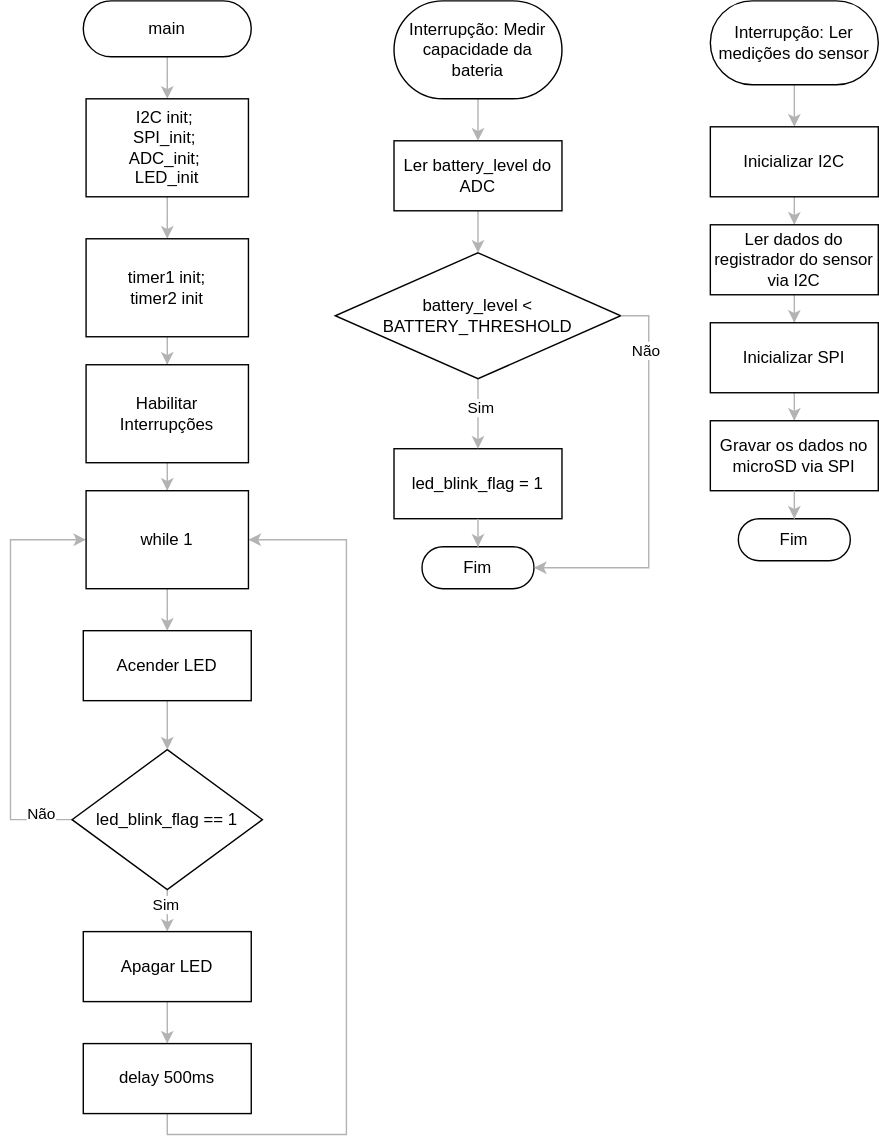
This is projetos/tennistracker/images/fluxchart_int.svg from teaching-FEEC/ea075-2024.1, a draw.io export, as it was before one commit. Source tidied: cells renumbered, new cells last; positions are measured from the earlier drawing's top-left corner, leaving out a move shared by most shapes.
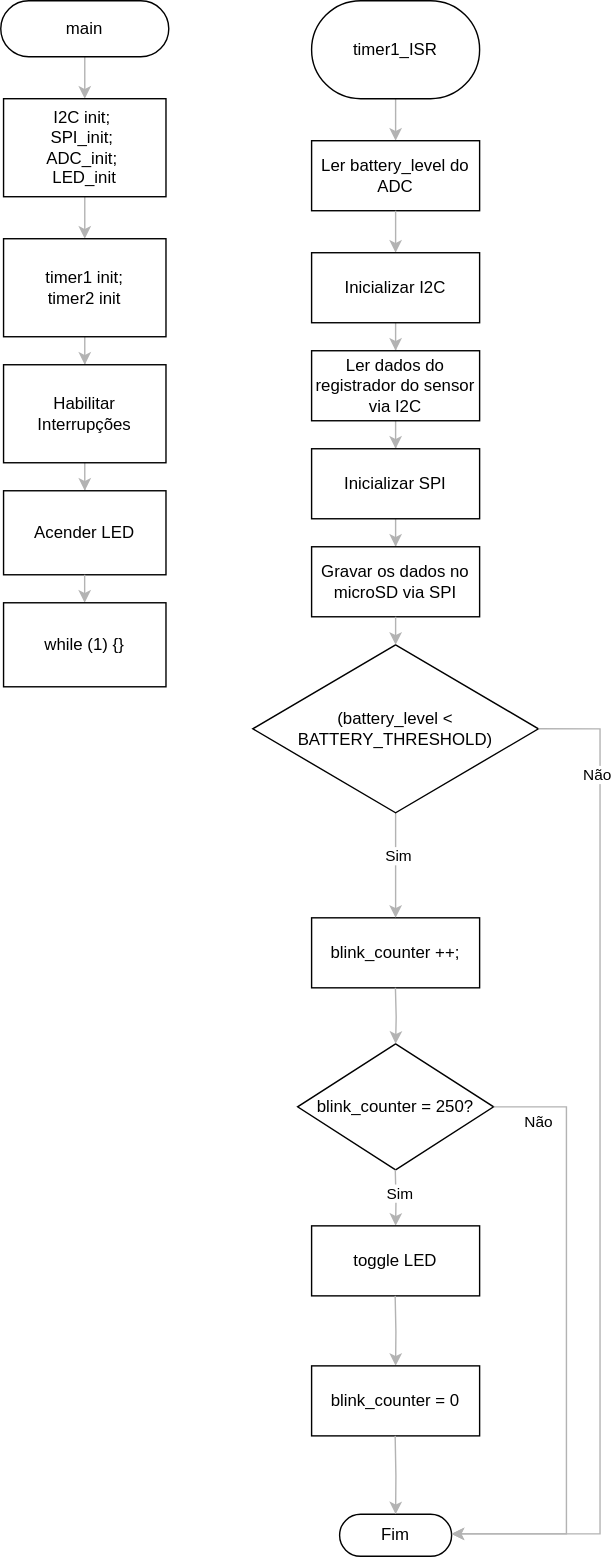
The same diagram one commit later.

What changed in the source:
```diff
@@ -5,101 +5,24 @@
     <mxCell id="2" style="edgeStyle=orthogonalEdgeStyle;rounded=0;jettySize=auto;html=1;entryX=0.5;entryY=0;entryDx=0;entryDy=0;strokeColor=#B3B3B3;" parent="1" edge="1" source="3" target="5">
       <mxGeometry relative="1" as="geometry" />
     </mxCell>
-    <mxCell id="3" value="Interrupção: Medir capacidade da bateria" style="html=1;dashed=0;whiteSpace=wrap;shape=mxgraph.dfd.start;" parent="1" vertex="1">
+    <mxCell id="3" value="timer1_ISR" style="html=1;dashed=0;whiteSpace=wrap;shape=mxgraph.dfd.start;" parent="1" vertex="1">
       <mxGeometry x="274" width="120" height="70" as="geometry" />
     </mxCell>
-    <mxCell id="4" style="edgeStyle=orthogonalEdgeStyle;rounded=0;jettySize=auto;html=1;entryX=0.5;entryY=0;entryDx=0;entryDy=0;strokeColor=#B3B3B3;" parent="1" edge="1" source="5" target="43">
-      <mxGeometry relative="1" as="geometry" />
-    </mxCell>
     <mxCell id="5" value="Ler battery_level do ADC" style="html=1;dashed=0;whiteSpace=wrap;" parent="1" vertex="1">
       <mxGeometry x="274" y="100" width="120" height="50" as="geometry" />
     </mxCell>
-    <mxCell id="6" value="led_blink_flag = 1" style="html=1;dashed=0;whiteSpace=wrap;" parent="1" vertex="1">
-      <mxGeometry x="274" y="320" width="120" height="50" as="geometry" />
+    <mxCell id="6" value="blink_counter ++;" style="html=1;dashed=0;whiteSpace=wrap;" parent="1" vertex="1">
+      <mxGeometry x="274" y="655" width="120" height="50" as="geometry" />
     </mxCell>
     <mxCell id="7" value="Fim" style="html=1;dashed=0;whiteSpace=wrap;shape=mxgraph.dfd.start;" parent="1" vertex="1">
-      <mxGeometry x="294" y="390" width="80" height="30" as="geometry" />
+      <mxGeometry x="294" y="1081" width="80" height="30" as="geometry" />
     </mxCell>
-    <mxCell id="8" style="edgeStyle=orthogonalEdgeStyle;rounded=0;jettySize=auto;html=1;entryX=0.5;entryY=0;entryDx=0;entryDy=0;strokeColor=#B3B3B3;" parent="1" edge="1" source="9" target="11">
-      <mxGeometry relative="1" as="geometry" />
-    </mxCell>
-    <mxCell id="9" value="Interrupção: Ler medições do sensor" style="html=1;dashed=0;whiteSpace=wrap;shape=mxgraph.dfd.start;" parent="1" vertex="1">
-      <mxGeometry x="500" width="120" height="60" as="geometry" />
-    </mxCell>
-    <mxCell id="10" style="edgeStyle=orthogonalEdgeStyle;rounded=0;jettySize=auto;html=1;entryX=0.5;entryY=0;entryDx=0;entryDy=0;strokeColor=#B3B3B3;" parent="1" edge="1" source="11" target="13">
-      <mxGeometry relative="1" as="geometry" />
-    </mxCell>
-    <mxCell id="11" value="Inicializar I2C" style="html=1;dashed=0;whiteSpace=wrap;" parent="1" vertex="1">
-      <mxGeometry x="500" y="90" width="120" height="50" as="geometry" />
-    </mxCell>
-    <mxCell id="12" style="edgeStyle=orthogonalEdgeStyle;rounded=0;jettySize=auto;html=1;entryX=0.5;entryY=0;entryDx=0;entryDy=0;strokeColor=#B3B3B3;" parent="1" edge="1" source="13" target="16">
-      <mxGeometry relative="1" as="geometry" />
-    </mxCell>
-    <mxCell id="13" value="Ler dados do registrador do sensor via I2C" style="html=1;dashed=0;whiteSpace=wrap;" parent="1" vertex="1">
-      <mxGeometry x="500" y="160" width="120" height="50" as="geometry" />
-    </mxCell>
-    <mxCell id="14" value="Fim" style="html=1;dashed=0;whiteSpace=wrap;shape=mxgraph.dfd.start;" parent="1" vertex="1">
-      <mxGeometry x="520" y="370" width="80" height="30" as="geometry" />
-    </mxCell>
-    <mxCell id="15" style="edgeStyle=orthogonalEdgeStyle;rounded=0;jettySize=auto;html=1;entryX=0.5;entryY=0;entryDx=0;entryDy=0;strokeColor=#B3B3B3;" parent="1" edge="1" source="16" target="17">
-      <mxGeometry relative="1" as="geometry" />
-    </mxCell>
-    <mxCell id="16" value="Inicializar SPI" style="html=1;dashed=0;whiteSpace=wrap;" parent="1" vertex="1">
-      <mxGeometry x="500" y="230" width="120" height="50" as="geometry" />
-    </mxCell>
-    <mxCell id="17" value="Gravar os dados no microSD via SPI" style="html=1;dashed=0;whiteSpace=wrap;" parent="1" vertex="1">
-      <mxGeometry x="500" y="300" width="120" height="50" as="geometry" />
-    </mxCell>
     <mxCell id="18" style="edgeStyle=orthogonalEdgeStyle;rounded=0;jettySize=auto;html=1;entryX=0.5;entryY=0;entryDx=0;entryDy=0;strokeColor=#B3B3B3;" parent="1" edge="1" source="19" target="32">
       <mxGeometry relative="1" as="geometry" />
     </mxCell>
     <mxCell id="19" value="main" style="html=1;dashed=0;whiteSpace=wrap;shape=mxgraph.dfd.start;" parent="1" vertex="1">
       <mxGeometry x="52" width="120" height="40" as="geometry" />
     </mxCell>
-    <mxCell id="20" style="edgeStyle=orthogonalEdgeStyle;rounded=0;jettySize=auto;html=1;entryX=0.5;entryY=0;entryDx=0;entryDy=0;strokeColor=#B3B3B3;" parent="1" edge="1" source="24" target="26">
-      <mxGeometry relative="1" as="geometry" />
-    </mxCell>
-    <mxCell id="21" value="Sim" style="edgeLabel;html=1;align=center;verticalAlign=middle;" parent="20" vertex="1">
-      <mxGeometry x="0.24" y="-1" relative="1" as="geometry" />
-    </mxCell>
-    <mxCell id="22" style="edgeStyle=orthogonalEdgeStyle;rounded=0;jettySize=auto;html=1;entryX=0;entryY=0.5;entryDx=0;entryDy=0;strokeColor=#B3B3B3;" parent="1" edge="1" source="24" target="38">
-      <mxGeometry relative="1" as="geometry">
-        <Array as="points">
-          <mxPoint y="585" />
-          <mxPoint y="385" />
-        </Array>
-      </mxGeometry>
-    </mxCell>
-    <mxCell id="23" value="Não" style="edgeLabel;html=1;align=center;verticalAlign=middle;" parent="22" vertex="1">
-      <mxGeometry x="-0.85" y="-4" relative="1" as="geometry" />
-    </mxCell>
-    <mxCell id="24" value="led_blink_flag == 1" style="shape=rhombus;html=1;dashed=0;whiteSpace=wrap;perimeter=rhombusPerimeter;" parent="1" vertex="1">
-      <mxGeometry x="44" y="535" width="136" height="100" as="geometry" />
-    </mxCell>
-    <mxCell id="25" style="edgeStyle=orthogonalEdgeStyle;rounded=0;jettySize=auto;html=1;strokeColor=#B3B3B3;" parent="1" edge="1" source="26" target="28">
-      <mxGeometry relative="1" as="geometry" />
-    </mxCell>
-    <mxCell id="26" value="Apagar LED" style="html=1;dashed=0;whiteSpace=wrap;" parent="1" vertex="1">
-      <mxGeometry x="52" y="665" width="120" height="50" as="geometry" />
-    </mxCell>
-    <mxCell id="27" style="edgeStyle=orthogonalEdgeStyle;rounded=0;jettySize=auto;html=1;entryX=1;entryY=0.5;entryDx=0;entryDy=0;strokeColor=#B3B3B3;" parent="1" edge="1" source="28" target="38">
-      <mxGeometry relative="1" as="geometry">
-        <Array as="points">
-          <mxPoint x="112" y="810" />
-          <mxPoint x="240" y="810" />
-          <mxPoint x="240" y="385" />
-        </Array>
-      </mxGeometry>
-    </mxCell>
-    <mxCell id="28" value="delay 500ms" style="html=1;dashed=0;whiteSpace=wrap;" parent="1" vertex="1">
-      <mxGeometry x="52" y="745" width="120" height="50" as="geometry" />
-    </mxCell>
-    <mxCell id="29" style="edgeStyle=orthogonalEdgeStyle;rounded=0;jettySize=auto;html=1;entryX=0.5;entryY=0.5;entryDx=0;entryDy=-15;entryPerimeter=0;strokeColor=#B3B3B3;" parent="1" edge="1" source="6" target="7">
-      <mxGeometry relative="1" as="geometry" />
-    </mxCell>
-    <mxCell id="30" style="edgeStyle=orthogonalEdgeStyle;rounded=0;jettySize=auto;html=1;entryX=0.5;entryY=0.5;entryDx=0;entryDy=-15;entryPerimeter=0;strokeColor=#B3B3B3;" parent="1" edge="1" source="17" target="14">
-      <mxGeometry relative="1" as="geometry" />
-    </mxCell>
     <mxCell id="31" style="edgeStyle=orthogonalEdgeStyle;rounded=0;jettySize=auto;html=1;entryX=0.5;entryY=0;entryDx=0;entryDy=0;strokeColor=#B3B3B3;" parent="1" edge="1" source="32" target="34">
       <mxGeometry relative="1" as="geometry" />
     </mxCell>
@@ -118,37 +41,123 @@
     <mxCell id="36" value="Habilitar Interrupções" style="html=1;dashed=0;whiteSpace=wrap;" parent="1" vertex="1">
       <mxGeometry x="54" y="260" width="116" height="70" as="geometry" />
     </mxCell>
-    <mxCell id="37" style="edgeStyle=orthogonalEdgeStyle;rounded=0;jettySize=auto;html=1;entryX=0.5;entryY=0;entryDx=0;entryDy=0;strokeColor=#B3B3B3;" parent="1" edge="1" source="38" target="40">
-      <mxGeometry relative="1" as="geometry" />
-    </mxCell>
-    <mxCell id="38" value="while 1" style="html=1;dashed=0;whiteSpace=wrap;" parent="1" vertex="1">
-      <mxGeometry x="54" y="350" width="116" height="70" as="geometry" />
+    <mxCell id="38" value="Acender LED" style="html=1;dashed=0;whiteSpace=wrap;" parent="1" vertex="1">
+      <mxGeometry x="54" y="350" width="116" height="60" as="geometry" />
     </mxCell>
-    <mxCell id="39" style="edgeStyle=orthogonalEdgeStyle;rounded=0;jettySize=auto;html=1;entryX=0.5;entryY=0;entryDx=0;entryDy=0;strokeColor=#B3B3B3;" parent="1" edge="1" source="40" target="24">
-      <mxGeometry relative="1" as="geometry" />
-    </mxCell>
-    <mxCell id="40" value="Acender LED" style="html=1;dashed=0;whiteSpace=wrap;" parent="1" vertex="1">
-      <mxGeometry x="52" y="450" width="120" height="50" as="geometry" />
-    </mxCell>
-    <mxCell id="41" style="edgeStyle=orthogonalEdgeStyle;rounded=0;jettySize=auto;html=1;entryX=0.5;entryY=0;entryDx=0;entryDy=0;strokeColor=#B3B3B3;" parent="1" edge="1" source="43" target="6">
-      <mxGeometry relative="1" as="geometry" />
+    <mxCell id="41" style="edgeStyle=orthogonalEdgeStyle;rounded=0;jettySize=auto;html=1;strokeColor=#B3B3B3;" parent="1" edge="1" source="43">
+      <mxGeometry relative="1" as="geometry">
+        <mxPoint x="334" y="655" as="targetPoint" />
+      </mxGeometry>
     </mxCell>
     <mxCell id="42" value="Sim" style="edgeLabel;html=1;align=center;verticalAlign=middle;" parent="41" vertex="1">
       <mxGeometry x="-0.18" y="2" relative="1" as="geometry" />
     </mxCell>
-    <mxCell id="43" value="battery_level &amp;lt; BATTERY_THRESHOLD" style="shape=rhombus;html=1;dashed=0;whiteSpace=wrap;perimeter=rhombusPerimeter;" parent="1" vertex="1">
-      <mxGeometry x="232" y="180" width="204" height="90" as="geometry" />
+    <mxCell id="43" value="(battery_level &amp;lt; BATTERY_THRESHOLD)" style="shape=rhombus;html=1;dashed=0;whiteSpace=wrap;perimeter=rhombusPerimeter;" parent="1" vertex="1">
+      <mxGeometry x="232" y="460" width="204" height="120" as="geometry" />
     </mxCell>
-    <mxCell id="44" style="edgeStyle=orthogonalEdgeStyle;rounded=0;jettySize=auto;html=1;entryX=1;entryY=0.5;entryDx=0;entryDy=0;entryPerimeter=0;strokeColor=#B3B3B3;" parent="1" edge="1" source="43" target="7">
+    <mxCell id="44" style="edgeStyle=orthogonalEdgeStyle;rounded=0;jettySize=auto;html=1;entryX=1;entryY=0.5;entryDx=0;entryDy=0;entryPerimeter=0;strokeColor=#B3B3B3;exitX=1;exitY=0.5;exitDx=0;exitDy=0;" parent="1" edge="1" source="43" target="7">
       <mxGeometry relative="1" as="geometry">
         <Array as="points">
-          <mxPoint x="456" y="225" />
-          <mxPoint x="456" y="405" />
+          <mxPoint x="480" y="520" />
+          <mxPoint x="480" y="1095" />
+          <mxPoint x="374" y="1095" />
         </Array>
       </mxGeometry>
     </mxCell>
     <mxCell id="45" value="Não" style="edgeLabel;html=1;align=center;verticalAlign=middle;" parent="44" vertex="1">
-      <mxGeometry x="-0.69" y="-2" relative="1" as="geometry" />
+      <mxGeometry x="-0.69" y="-2" relative="1" as="geometry">
+        <mxPoint y="-36" as="offset" />
+      </mxGeometry>
     </mxCell>
+    <mxCell id="46" value="blink_counter = 250?" style="shape=rhombus;html=1;dashed=0;whiteSpace=wrap;perimeter=rhombusPerimeter;" parent="1" vertex="1">
+      <mxGeometry x="264" y="745" width="140" height="90" as="geometry" />
+    </mxCell>
+    <mxCell id="47" style="edgeStyle=orthogonalEdgeStyle;rounded=0;jettySize=auto;html=1;strokeColor=#B3B3B3;entryX=0.5;entryY=0;entryDx=0;entryDy=0;" parent="1" edge="1" target="48">
+      <mxGeometry relative="1" as="geometry">
+        <mxPoint x="333.8" y="835" as="sourcePoint" />
+      </mxGeometry>
+    </mxCell>
+    <mxCell id="21" value="Sim" style="edgeLabel;html=1;align=center;verticalAlign=middle;" parent="47" vertex="1">
+      <mxGeometry x="-0.18" y="2" relative="1" as="geometry" />
+    </mxCell>
+    <mxCell id="48" value="toggle LED" style="html=1;dashed=0;whiteSpace=wrap;" parent="1" vertex="1">
+      <mxGeometry x="274" y="875" width="120" height="50" as="geometry" />
+    </mxCell>
+    <mxCell id="49" style="edgeStyle=orthogonalEdgeStyle;rounded=0;jettySize=auto;html=1;entryX=1;entryY=0.5;entryDx=0;entryDy=0;entryPerimeter=0;strokeColor=#B3B3B3;exitX=1;exitY=0.5;exitDx=0;exitDy=0;" parent="1" edge="1" source="46" target="7">
+      <mxGeometry relative="1" as="geometry">
+        <Array as="points">
+          <mxPoint x="456" y="790" />
+          <mxPoint x="456" y="1095" />
+          <mxPoint x="374" y="1095" />
+        </Array>
+      </mxGeometry>
+    </mxCell>
+    <mxCell id="23" value="Não" style="edgeLabel;html=1;align=center;verticalAlign=middle;" parent="49" vertex="1">
+      <mxGeometry x="-0.69" y="-2" relative="1" as="geometry">
+        <mxPoint x="-18" y="-6" as="offset" />
+      </mxGeometry>
+    </mxCell>
+    <mxCell id="50" style="edgeStyle=orthogonalEdgeStyle;rounded=0;jettySize=auto;html=1;entryX=0.5;entryY=0;entryDx=0;entryDy=0;strokeColor=#B3B3B3;" parent="1" edge="1" target="46">
+      <mxGeometry relative="1" as="geometry">
+        <mxPoint x="333.9" y="705" as="sourcePoint" />
+      </mxGeometry>
+    </mxCell>
+    <mxCell id="51" style="edgeStyle=orthogonalEdgeStyle;rounded=0;jettySize=auto;html=1;entryX=0.5;entryY=0;entryDx=0;entryDy=0;strokeColor=#B3B3B3;" parent="1" edge="1" target="52">
+      <mxGeometry relative="1" as="geometry">
+        <mxPoint x="333.7" y="925" as="sourcePoint" />
+      </mxGeometry>
+    </mxCell>
+    <mxCell id="52" value="blink_counter = 0" style="html=1;dashed=0;whiteSpace=wrap;" parent="1" vertex="1">
+      <mxGeometry x="274" y="975" width="120" height="50" as="geometry" />
+    </mxCell>
+    <mxCell id="53" style="edgeStyle=orthogonalEdgeStyle;rounded=0;jettySize=auto;html=1;entryX=0.5;entryY=0.5;entryDx=0;entryDy=-15;strokeColor=#B3B3B3;entryPerimeter=0;" parent="1" edge="1" target="7">
+      <mxGeometry relative="1" as="geometry">
+        <mxPoint x="333.7" y="1025" as="sourcePoint" />
+      </mxGeometry>
+    </mxCell>
+    <mxCell id="54" style="edgeStyle=orthogonalEdgeStyle;rounded=0;jettySize=auto;html=1;entryX=0.5;entryY=0;entryDx=0;entryDy=0;strokeColor=#B3B3B3;" parent="1" edge="1" target="11">
+      <mxGeometry relative="1" as="geometry">
+        <mxPoint x="334" y="150" as="sourcePoint" />
+      </mxGeometry>
+    </mxCell>
+    <mxCell id="10" style="edgeStyle=orthogonalEdgeStyle;rounded=0;jettySize=auto;html=1;entryX=0.5;entryY=0;entryDx=0;entryDy=0;strokeColor=#B3B3B3;" parent="1" edge="1" source="11" target="13">
+      <mxGeometry relative="1" as="geometry" />
+    </mxCell>
+    <mxCell id="11" value="Inicializar I2C" style="html=1;dashed=0;whiteSpace=wrap;" parent="1" vertex="1">
+      <mxGeometry x="274" y="180" width="120" height="50" as="geometry" />
+    </mxCell>
+    <mxCell id="12" style="edgeStyle=orthogonalEdgeStyle;rounded=0;jettySize=auto;html=1;entryX=0.5;entryY=0;entryDx=0;entryDy=0;strokeColor=#B3B3B3;" parent="1" edge="1" source="13" target="16">
+      <mxGeometry relative="1" as="geometry" />
+    </mxCell>
+    <mxCell id="13" value="Ler dados do registrador do sensor via I2C" style="html=1;dashed=0;whiteSpace=wrap;" parent="1" vertex="1">
+      <mxGeometry x="274" y="250" width="120" height="50" as="geometry" />
+    </mxCell>
+    <mxCell id="15" style="edgeStyle=orthogonalEdgeStyle;rounded=0;jettySize=auto;html=1;entryX=0.5;entryY=0;entryDx=0;entryDy=0;strokeColor=#B3B3B3;" parent="1" edge="1" source="16" target="17">
+      <mxGeometry relative="1" as="geometry" />
+    </mxCell>
+    <mxCell id="16" value="Inicializar SPI" style="html=1;dashed=0;whiteSpace=wrap;" parent="1" vertex="1">
+      <mxGeometry x="274" y="320" width="120" height="50" as="geometry" />
+    </mxCell>
+    <mxCell id="17" value="Gravar os dados no microSD via SPI" style="html=1;dashed=0;whiteSpace=wrap;" parent="1" vertex="1">
+      <mxGeometry x="274" y="390" width="120" height="50" as="geometry" />
+    </mxCell>
+    <mxCell id="55" style="edgeStyle=orthogonalEdgeStyle;rounded=0;jettySize=auto;html=1;entryX=0.5;entryY=0.5;entryDx=0;entryDy=-15;entryPerimeter=0;strokeColor=#B3B3B3;" parent="1" edge="1" source="17">
+      <mxGeometry relative="1" as="geometry">
+        <mxPoint x="334" y="460" as="targetPoint" />
+      </mxGeometry>
+    </mxCell>
+    <mxCell id="56" style="edgeStyle=orthogonalEdgeStyle;rounded=0;orthogonalLoop=1;jettySize=auto;html=1;entryX=0.5;entryY=0;entryDx=0;entryDy=0;strokeColor=#B3B3B3;" parent="1" edge="1">
+      <mxGeometry relative="1" as="geometry">
+        <mxPoint x="111.9" y="410" as="sourcePoint" />
+        <mxPoint x="111.9" y="430" as="targetPoint" />
+        <Array as="points">
+          <mxPoint x="111.9" y="410" />
+          <mxPoint x="111.9" y="410" />
+        </Array>
+      </mxGeometry>
+    </mxCell>
+    <mxCell id="57" value="while (1) {}" style="html=1;dashed=0;whiteSpace=wrap;" parent="1" vertex="1">
+      <mxGeometry x="54" y="430" width="116" height="60" as="geometry" />
+    </mxCell>
   </root>
 </mxGraphModel>
```
